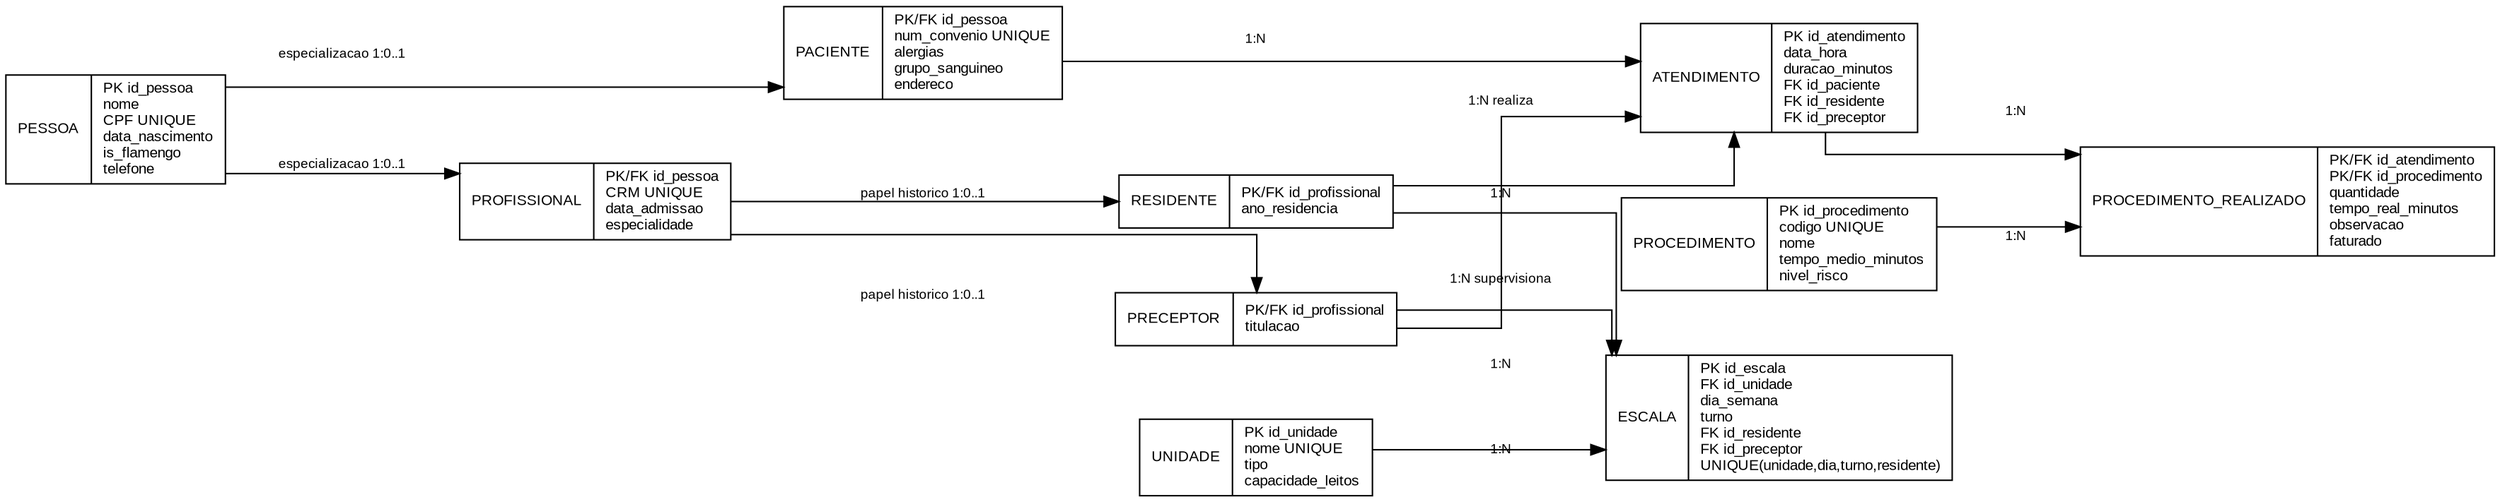
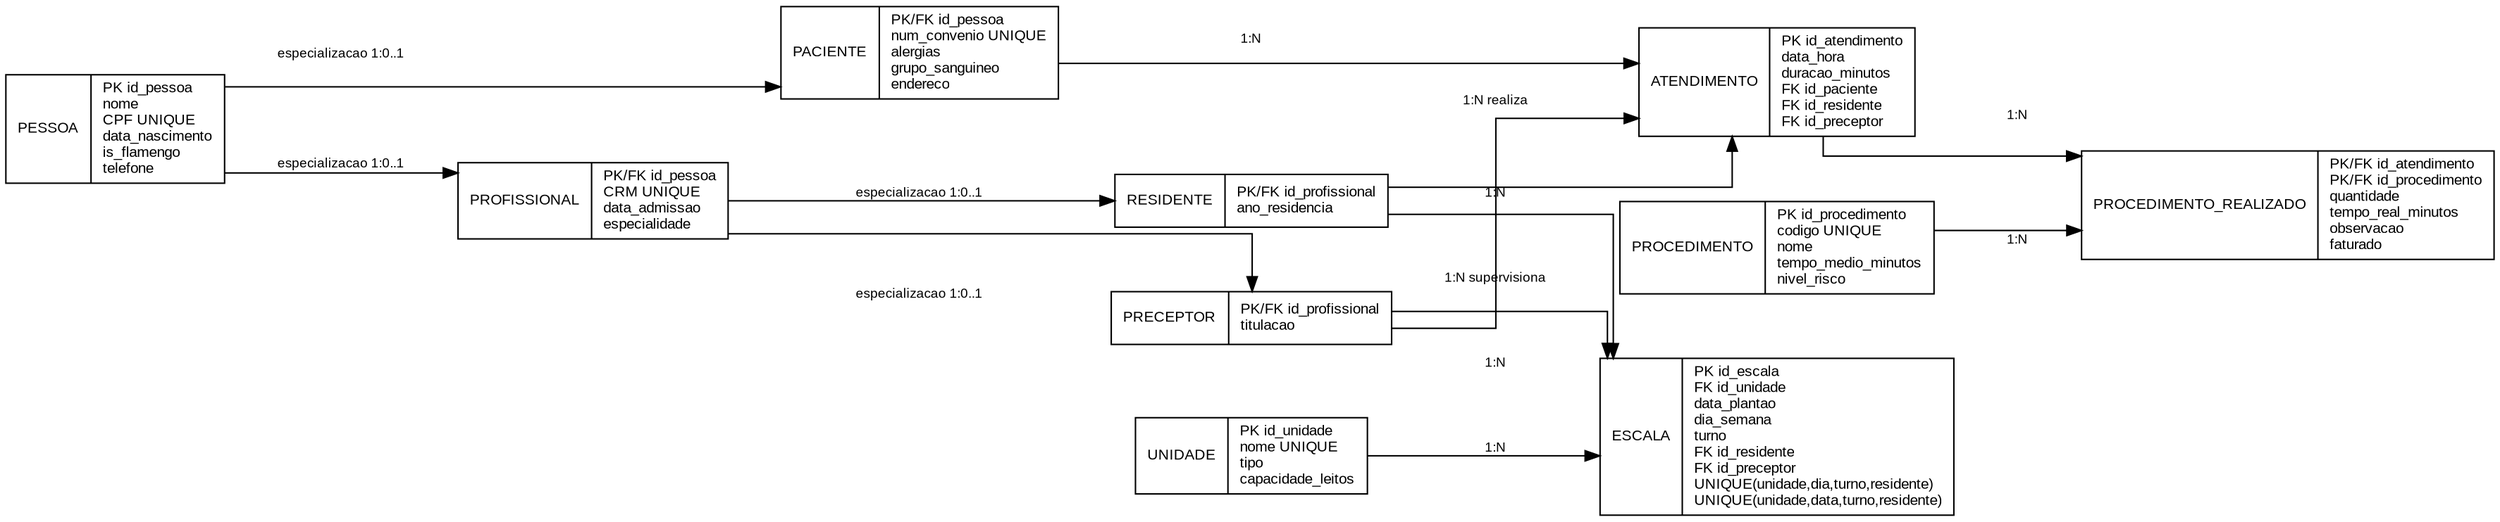
digraph DER {
  graph [rankdir=LR, bgcolor="white", splines=ortho, nodesep=0.6, ranksep=1.0];
  node [shape=record, fontname="Arial", fontsize=10];
  edge [fontname="Arial", fontsize=9];

  PESSOA [label="{PESSOA|PK id_pessoa\lnome\lCPF UNIQUE\ldata_nascimento\lis_flamengo\ltelefone\l}"];
  PACIENTE [label="{PACIENTE|PK/FK id_pessoa\lnum_convenio UNIQUE\lalergias\lgrupo_sanguineo\lendereco\l}"];
  PROFISSIONAL [label="{PROFISSIONAL|PK/FK id_pessoa\lCRM UNIQUE\ldata_admissao\lespecialidade\l}"];
  RESIDENTE [label="{RESIDENTE|PK/FK id_profissional\lano_residencia\l}"];
  PRECEPTOR [label="{PRECEPTOR|PK/FK id_profissional\ltitulacao\l}"];
  ATENDIMENTO [label="{ATENDIMENTO|PK id_atendimento\ldata_hora\lduracao_minutos\lFK id_paciente\lFK id_residente\lFK id_preceptor\l}"];
  PROCEDIMENTO [label="{PROCEDIMENTO|PK id_procedimento\lcodigo UNIQUE\lnome\ltempo_medio_minutos\lnivel_risco\l}"];
  PROCEDIMENTO_REALIZADO [label="{PROCEDIMENTO_REALIZADO|PK/FK id_atendimento\lPK/FK id_procedimento\lquantidade\ltempo_real_minutos\lobservacao\lfaturado\l}"];
  UNIDADE [label="{UNIDADE|PK id_unidade\lnome UNIQUE\ltipo\lcapacidade_leitos\l}"];
-   ESCALA [label="{ESCALA|PK id_escala\lFK id_unidade\ldia_semana\lturno\lFK id_residente\lFK id_preceptor\lUNIQUE(unidade,dia,turno,residente)\l}"];
+   ESCALA [
+     label="{ESCALA|PK id_escala\lFK id_unidade\ldata_plantao\ldia_semana\lturno\lFK id_residente\lFK id_preceptor\lUNIQUE(unidade,dia,turno,residente)\lUNIQUE(unidade,data,turno,residente)\l}"
+ ];

  PESSOA -> PACIENTE [label="especializacao 1:0..1"];
  PESSOA -> PROFISSIONAL [label="especializacao 1:0..1"];
-   PROFISSIONAL -> RESIDENTE [label="papel historico 1:0..1"];
-   PROFISSIONAL -> PRECEPTOR [label="papel historico 1:0..1"];
+   PROFISSIONAL -> RESIDENTE [
+     label="especializacao 1:0..1"
+ ];
+   PROFISSIONAL -> PRECEPTOR [
+     label="especializacao 1:0..1"
+ ];

  PACIENTE -> ATENDIMENTO [label="1:N"];
  RESIDENTE -> ATENDIMENTO [label="1:N realiza"];
  PRECEPTOR -> ATENDIMENTO [label="1:N supervisiona"];

  ATENDIMENTO -> PROCEDIMENTO_REALIZADO [label="1:N"];
  PROCEDIMENTO -> PROCEDIMENTO_REALIZADO [label="1:N"];

  UNIDADE -> ESCALA [label="1:N"];
  RESIDENTE -> ESCALA [label="1:N"];
  PRECEPTOR -> ESCALA [label="1:N"];
}
